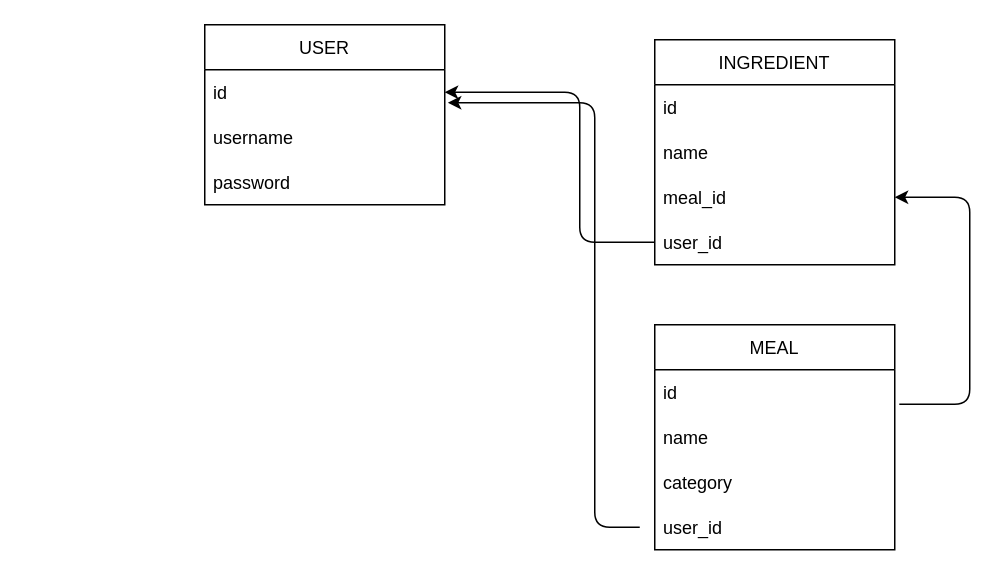
teshome28sara/Got_Milk- keeps this draw.io diagram as page "model-layout" (1 of 2) of Planning/project.drawio. Above is the earlier version. Source tidied: cells renumbered, new cells numbered last; positions are measured from the earlier drawing's top-left corner, leaving out a move shared by most shapes. Both pictures are drawn from the tidied source at 150%, with x=0, y=0 at pixel (204, 24).
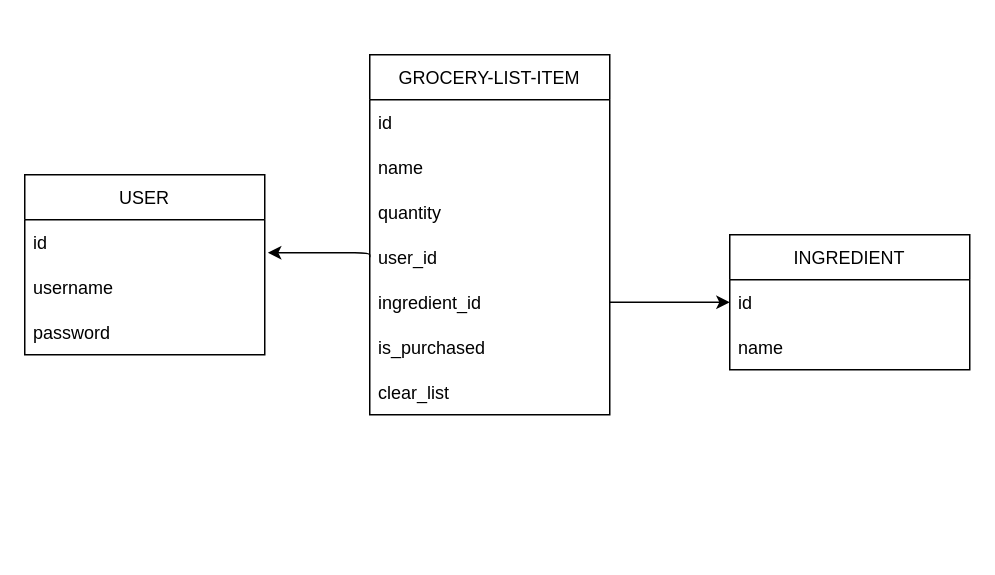
The same page after the edit.

Commit message:
list model diagram

The change refers to these unchanged cells:
```xml
<mxCell id="3" value="id " style="text;strokeColor=none;fillColor=none;align=left;verticalAlign=middle;spacingLeft=4;spacingRight=4;overflow=hidden;points=[[0,0.5],[1,0.5]];portConstraint=eastwest;" parent="2" vertex="1">
  <mxGeometry y="30" width="160" height="30" as="geometry" />
</mxCell>
<mxCell id="10" value="user_id" style="text;strokeColor=none;fillColor=none;align=left;verticalAlign=middle;spacingLeft=4;spacingRight=4;overflow=hidden;points=[[0,0.5],[1,0.5]];portConstraint=eastwest;" parent="6" vertex="1">
  <mxGeometry y="120" width="160" height="30" as="geometry" />
</mxCell>
<mxCell id="12" value="id" style="text;strokeColor=none;fillColor=none;align=left;verticalAlign=middle;spacingLeft=4;spacingRight=4;overflow=hidden;points=[[0,0.5],[1,0.5]];portConstraint=eastwest;" parent="11" vertex="1">
  <mxGeometry y="30" width="160" height="30" as="geometry" />
</mxCell>
```

Diff of the diagram source:
```diff
@@
     <mxCell id="2" value="USER" style="swimlane;fontStyle=0;horizontal=1;startSize=30;" parent="1" vertex="1">
-      <mxGeometry width="160" height="120" as="geometry" />
+      <mxGeometry x="-120" y="100" width="160" height="120" as="geometry" />
     </mxCell>
@@
-    <mxCell id="6" value="MEAL" style="swimlane;fontStyle=0;horizontal=1;startSize=30;" parent="1" vertex="1">
-      <mxGeometry x="300" y="200" width="160" height="150" as="geometry" />
+    <mxCell id="6" value="GROCERY-LIST-ITEM" style="swimlane;fontStyle=0;horizontal=1;startSize=30;shadow=0;" parent="1" vertex="1">
+      <mxGeometry x="110" y="20" width="160" height="240" as="geometry" />
     </mxCell>
-    <mxCell id="7" value="id" style="text;strokeColor=none;fillColor=none;align=left;verticalAlign=middle;spacingLeft=4;spacingRight=4;overflow=hidden;points=[[0,0.5],[1,0.5]];portConstraint=eastwest;" parent="6" vertex="1">
+    <mxCell id="7" value="id" style="text;strokeColor=none;fillColor=none;align=left;verticalAlign=middle;spacingLeft=4;spacingRight=4;overflow=hidden;points=[[0,0.5],[1,0.5]];portConstraint=eastwest;shadow=1;" parent="6" vertex="1">
       <mxGeometry y="30" width="160" height="30" as="geometry" />
     </mxCell>
-    <mxCell id="8" value="name" style="text;strokeColor=none;fillColor=none;align=left;verticalAlign=middle;spacingLeft=4;spacingRight=4;overflow=hidden;" parent="6" vertex="1">
+    <mxCell id="8" value="name" style="text;strokeColor=none;fillColor=none;align=left;verticalAlign=middle;spacingLeft=4;spacingRight=4;overflow=hidden;shadow=1;" parent="6" vertex="1">
       <mxGeometry y="60" width="160" height="30" as="geometry" />
     </mxCell>
-    <mxCell id="9" value="category" style="text;strokeColor=none;fillColor=none;align=left;verticalAlign=middle;spacingLeft=4;spacingRight=4;overflow=hidden;" parent="6" vertex="1">
+    <mxCell id="9" value="quantity" style="text;strokeColor=none;fillColor=none;align=left;verticalAlign=middle;spacingLeft=4;spacingRight=4;overflow=hidden;" parent="6" vertex="1">
       <mxGeometry y="90" width="160" height="30" as="geometry" />
     </mxCell>
@@
+    <mxCell id="19" value="ingredient_id" style="text;strokeColor=none;fillColor=none;align=left;verticalAlign=middle;spacingLeft=4;spacingRight=4;overflow=hidden;points=[[0,0.5],[1,0.5]];portConstraint=eastwest;shadow=1;" parent="6" vertex="1">
+      <mxGeometry y="150" width="160" height="30" as="geometry" />
+    </mxCell>
+    <mxCell id="20" value="is_purchased" style="text;strokeColor=none;fillColor=none;align=left;verticalAlign=middle;spacingLeft=4;spacingRight=4;overflow=hidden;" parent="6" vertex="1">
+      <mxGeometry y="180" width="160" height="30" as="geometry" />
+    </mxCell>
+    <mxCell id="21" value="clear_list" style="text;strokeColor=none;fillColor=none;align=left;verticalAlign=middle;spacingLeft=4;spacingRight=4;overflow=hidden;" parent="6" vertex="1">
+      <mxGeometry y="210" width="160" height="30" as="geometry" />
+    </mxCell>
     <mxCell id="11" value="INGREDIENT" style="swimlane;fontStyle=0;horizontal=1;startSize=30;" parent="1" vertex="1">
-      <mxGeometry x="300" y="10" width="160" height="150" as="geometry" />
+      <mxGeometry x="350" y="140" width="160" height="90" as="geometry" />
     </mxCell>
@@
-    <mxCell id="14" value="meal_id" style="text;strokeColor=none;fillColor=none;align=left;verticalAlign=middle;spacingLeft=4;spacingRight=4;overflow=hidden;points=[[0,0.5],[1,0.5]];portConstraint=eastwest;" parent="11" vertex="1">
-      <mxGeometry y="90" width="160" height="30" as="geometry" />
-    </mxCell>
-    <mxCell id="15" value="user_id" style="text;strokeColor=none;fillColor=none;align=left;verticalAlign=middle;spacingLeft=4;spacingRight=4;overflow=hidden;points=[[0,0.5],[1,0.5]];portConstraint=eastwest;" parent="11" vertex="1">
-      <mxGeometry y="120" width="160" height="30" as="geometry" />
-    </mxCell>
-    <mxCell id="16" style="edgeStyle=elbowEdgeStyle;elbow=horizontal;endArrow=classic;html=1;exitX=0;exitY=0.5;exitDx=0;exitDy=0;entryX=1;entryY=0.5;entryDx=0;entryDy=0;" parent="1" edge="1" source="15" target="3">
-      <mxGeometry relative="1" as="geometry">
-        <Array as="points">
-          <mxPoint x="250" y="60" />
-          <mxPoint x="230" y="160" />
-          <mxPoint x="250" y="160" />
-          <mxPoint x="470" y="110" />
-          <mxPoint x="470" y="310" />
-          <mxPoint x="490" y="280" />
-          <mxPoint x="480" y="300" />
-          <mxPoint x="470" y="280" />
-          <mxPoint x="470" y="110" />
-          <mxPoint x="505" y="290" />
-        </Array>
-      </mxGeometry>
-    </mxCell>
-    <mxCell id="17" style="edgeStyle=elbowEdgeStyle;elbow=horizontal;endArrow=classic;html=1;entryX=1.013;entryY=0.733;entryDx=0;entryDy=0;entryPerimeter=0;" parent="1" edge="1" target="3">
+    <mxCell id="17" style="edgeStyle=elbowEdgeStyle;elbow=vertical;endArrow=classic;html=1;entryX=1.013;entryY=0.733;entryDx=0;entryDy=0;entryPerimeter=0;exitX=0;exitY=0.5;exitDx=0;exitDy=0;" parent="1" edge="1" source="10" target="3">
       <mxGeometry relative="1" as="geometry">
-        <mxPoint x="290" y="335" as="sourcePoint" />
         <Array as="points">
-          <mxPoint x="260" y="335" />
+          <mxPoint x="70" y="152" />
+          <mxPoint x="90" y="250" />
           <mxPoint x="190" y="160" />
           <mxPoint x="180" y="52" />
           <mxPoint x="240" y="135" />
           <mxPoint x="260" y="135" />
           <mxPoint x="480" y="85" />
           <mxPoint x="480" y="285" />
           <mxPoint x="500" y="255" />
           <mxPoint x="490" y="275" />
           <mxPoint x="480" y="255" />
           <mxPoint x="480" y="85" />
           <mxPoint x="515" y="265" />
         </Array>
       </mxGeometry>
     </mxCell>
-    <mxCell id="18" style="edgeStyle=elbowEdgeStyle;elbow=horizontal;endArrow=classic;html=1;exitX=1.019;exitY=0.767;exitDx=0;exitDy=0;entryX=1;entryY=0.5;entryDx=0;entryDy=0;exitPerimeter=0;" parent="1" edge="1" source="7" target="14">
+    <mxCell id="18" style="edgeStyle=elbowEdgeStyle;elbow=horizontal;endArrow=classic;html=1;exitX=1;exitY=0.5;exitDx=0;exitDy=0;entryX=0;entryY=0.5;entryDx=0;entryDy=0;" parent="1" edge="1" source="19" target="12">
       <mxGeometry relative="1" as="geometry">
         <Array as="points">
+          <mxPoint x="350" y="185" />
+          <mxPoint x="270" y="230" />
+          <mxPoint x="280" y="250" />
+          <mxPoint x="280" y="80" />
+          <mxPoint x="470" y="300" />
+          <mxPoint x="500" y="130" />
           <mxPoint x="510" y="240" />
           <mxPoint x="540" y="190" />
           <mxPoint x="540" y="325" />
           <mxPoint x="760" y="275" />
           <mxPoint x="760" y="475" />
           <mxPoint x="780" y="445" />
           <mxPoint x="770" y="465" />
           <mxPoint x="760" y="445" />
           <mxPoint x="760" y="275" />
           <mxPoint x="795" y="455" />
         </Array>
       </mxGeometry>
     </mxCell>
```
